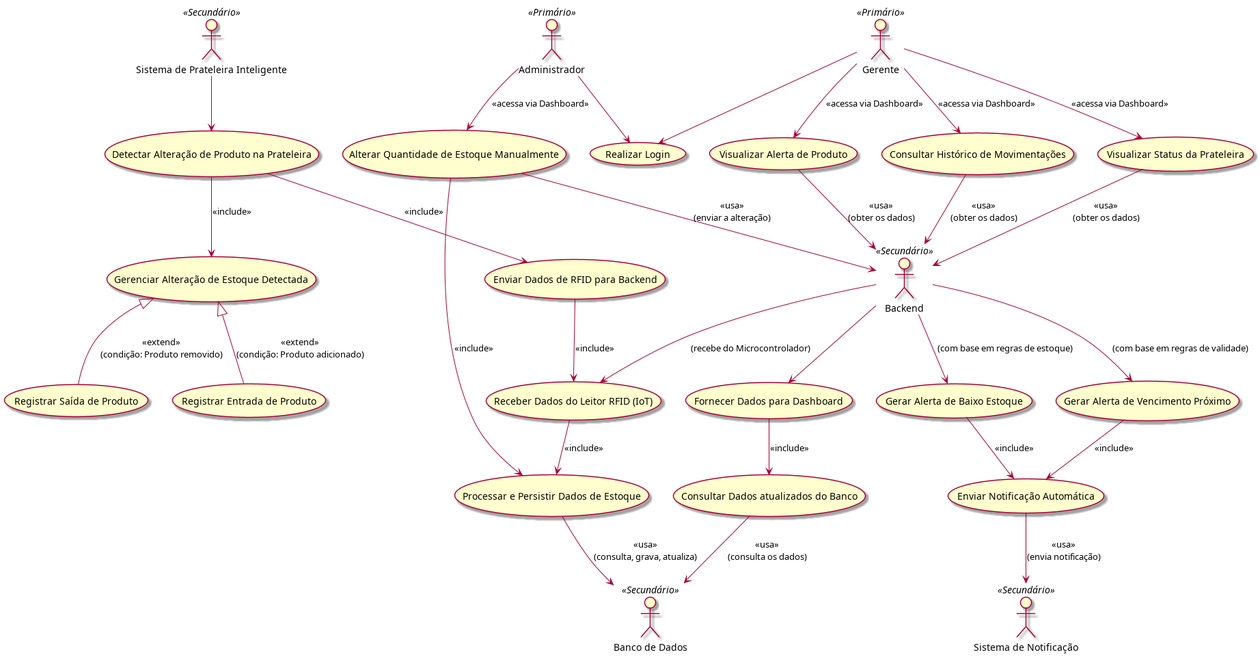
Above: docs/UMLs/Casos de Uso/Caso de Uso Técnico/casos de uso técnico.png in Harthuz/TCC-RFID (PlantUML), before the change. Its source is kept beside it as docs/UMLs/Casos de Uso/Caso de Uso Técnico/casos de uso técnico.puml.
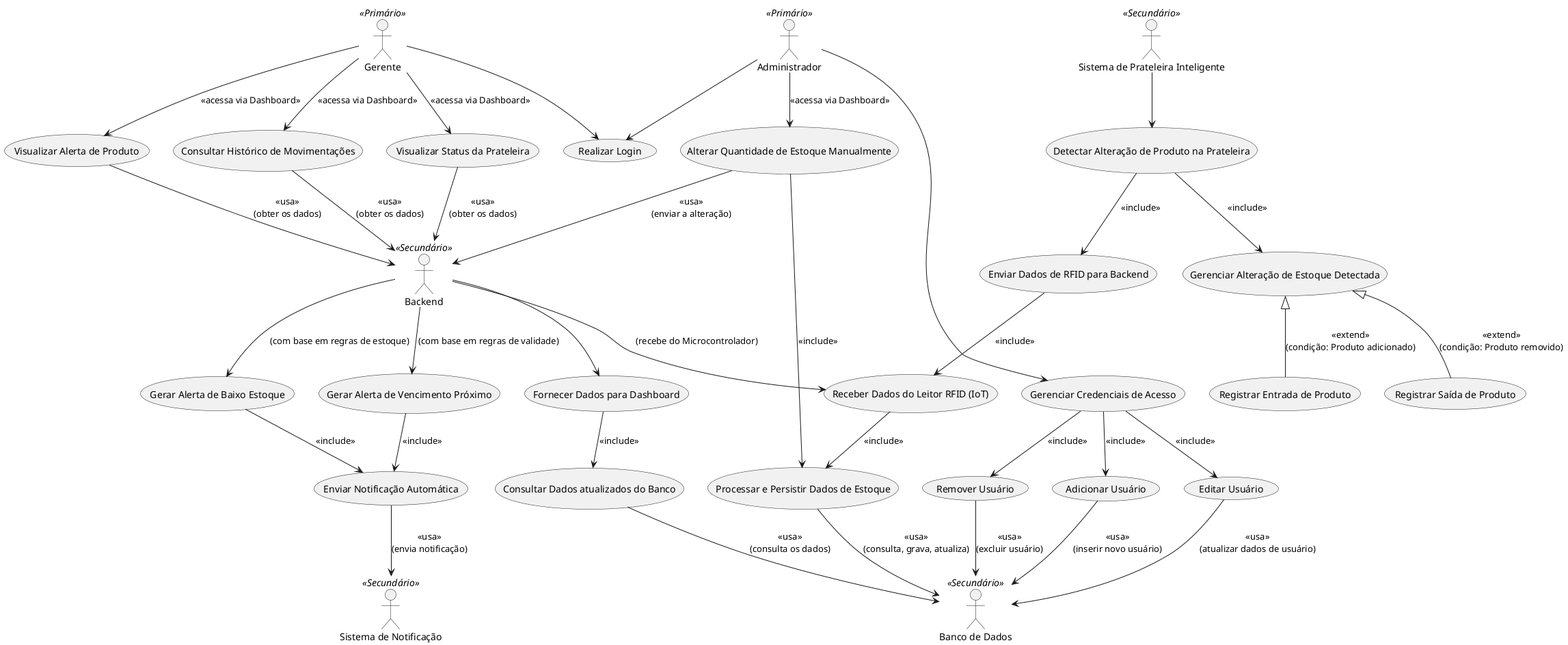
After the change.

Commit message:
docs: adicionar documentação casos de uso

What changed in the source:
```diff
@@ -24,6 +24,11 @@
 usecase "Gerar Alerta de Baixo Estoque" as GerarAlertaAcabando
 usecase "Gerar Alerta de Vencimento Próximo" as GerarAlertaVencendo
 usecase "Enviar Notificação Automática" as EnviarNotificacao
+
+usecase "Adicionar Usuário" as AdicionarUsuario
+usecase "Editar Usuário" as EditarUsuario
+usecase "Remover Usuário" as RemoverUsuario
+usecase "Gerenciar Credenciais de Acesso" as GerenciarCredenciais
 
 SPI --> Detectar
 Detectar --> GerenciarAlteracao : <<include>>
@@ -64,4 +69,12 @@
 
 Admin --> AlterarEstoque : <<acessa via Dashboard>>
 
+Admin --> GerenciarCredenciais
+GerenciarCredenciais --> AdicionarUsuario : <<include>>
+GerenciarCredenciais --> EditarUsuario : <<include>>
+GerenciarCredenciais --> RemoverUsuario : <<include>>
+AdicionarUsuario --> BD : <<usa>>\n(inserir novo usuário)
+EditarUsuario --> BD : <<usa>>\n(atualizar dados de usuário)
+RemoverUsuario --> BD : <<usa>>\n(excluir usuário)
+
 @enduml
```
